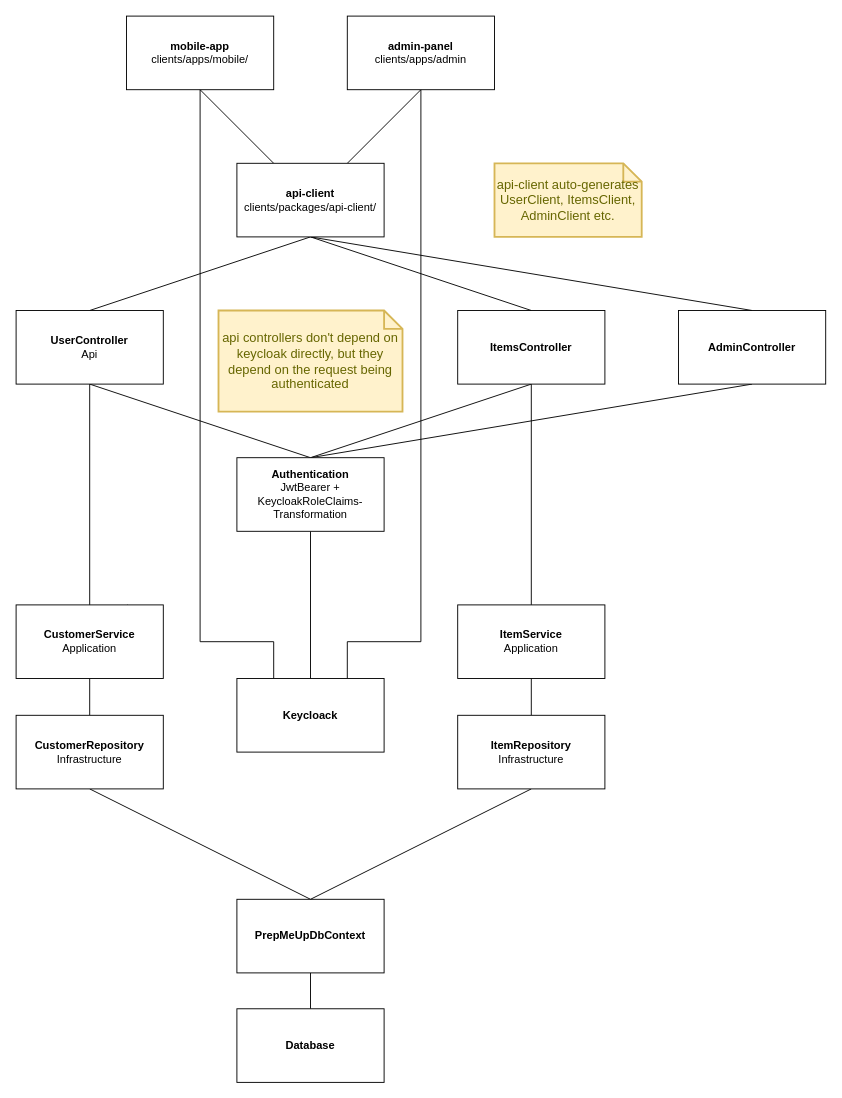
Earlier version of the draw.io diagram docs/assets/drawio/dependency-tree.drawio (Mosekjaer/prepmeup). Source tidied: cells renumbered, new cells numbered last; positions are measured from the earlier drawing's top-left corner, leaving out a move shared by most shapes. Both pictures are drawn from the tidied source at 92%, with x=0, y=0 at pixel (16, 16).
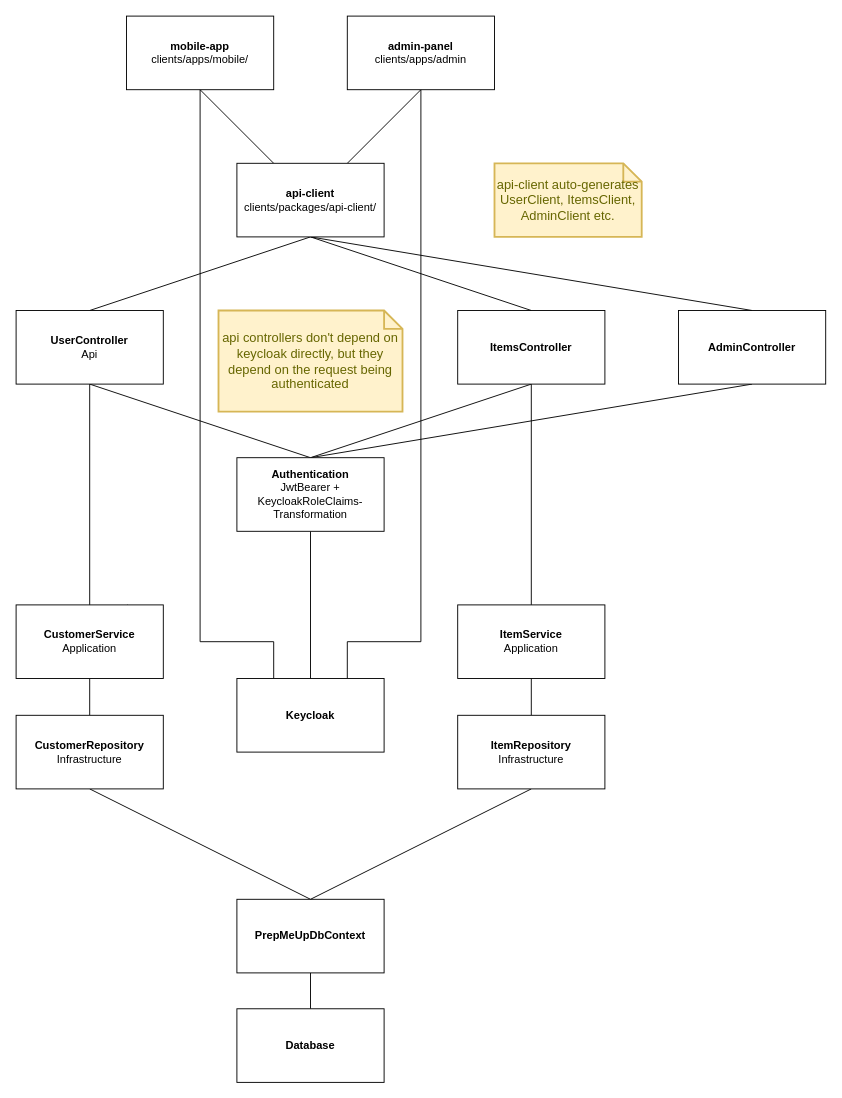
Above is the later version.

Commit message (it also covers changes not shown here):
docs: insert domain model, mockups and dependency tree

The edit, as a diff of the source:
```diff
@@
-    <mxCell id="21" value="&lt;b&gt;Keycloack&lt;/b&gt;" style="html=1;whiteSpace=wrap;" parent="1" vertex="1">
+    <mxCell id="21" value="&lt;b&gt;Keycloak&lt;/b&gt;" style="html=1;whiteSpace=wrap;" parent="1" vertex="1">
       <mxGeometry x="240" y="720" width="160" height="80" as="geometry" />
     </mxCell>
```
